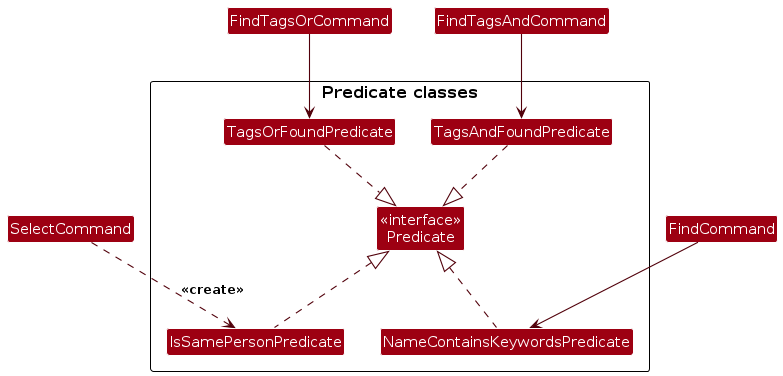
AY2324S2-CS2103T-F13-2/tp keeps this PlantUML diagram as diagrams/PredicateClasses.png. Above is the earlier version. Its source is kept beside it as diagrams/PredicateClasses.puml.
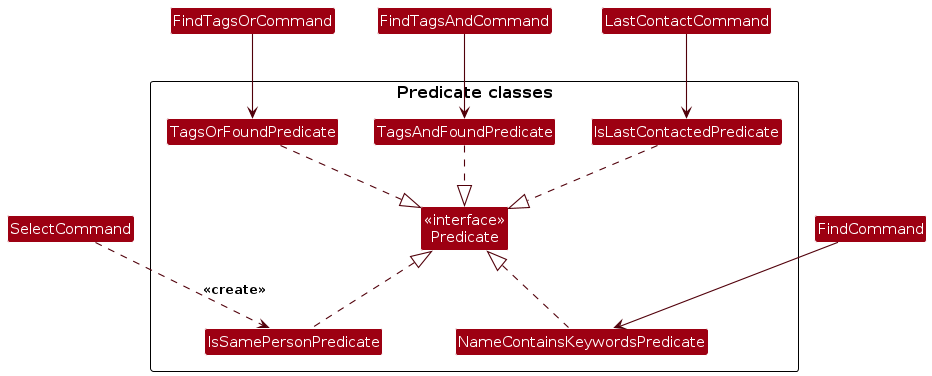
Later version of the same file.

Change to the diagram source:
```diff
@@ -10,12 +10,14 @@
 Class "NameContainsKeywordsPredicate"
 Class "TagsOrFoundPredicate"
 Class "TagsAndFoundPredicate"
+Class "IsLastContactedPredicate"
 }
 
 Class "SelectCommand"
 Class "FindCommand"
 Class "FindTagsOrCommand"
 Class "FindTagsAndCommand"
+Class "LastContactCommand"
 
 SelectCommand ..> IsSamePersonPredicate : <<create>>
 FindCommand --> NameContainsKeywordsPredicate
@@ -23,6 +25,8 @@
 NameContainsKeywordsPredicate .up.|> Predicate
 FindTagsOrCommand --> TagsOrFoundPredicate
 FindTagsAndCommand --> TagsAndFoundPredicate
+LastContactCommand --> IsLastContactedPredicate
 TagsOrFoundPredicate ..|> Predicate
 TagsAndFoundPredicate ..|> Predicate
+IsLastContactedPredicate ..|> Predicate
 @enduml
```
